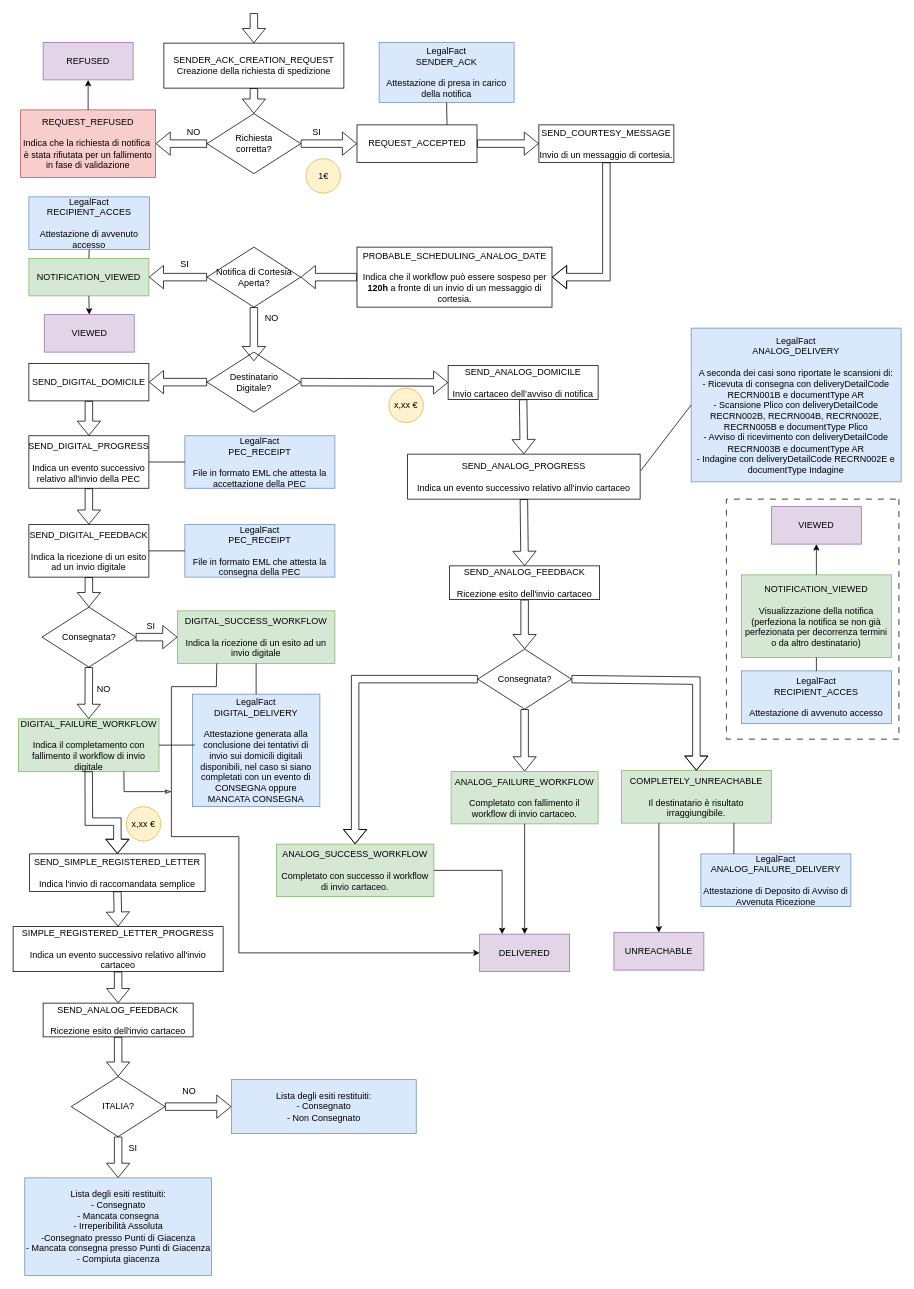
marcogarbujoabaco/drawio keeps this draw.io diagram as page "Spedizione" (5 of 5) of Easy Notification.drawio. Above is the earlier version. Source tidied: cells renumbered, new cells numbered last; positions are measured from the earlier drawing's top-left corner, leaving out a move shared by most shapes. Both pictures are drawn from the tidied source at 75%, with x=0, y=0 at pixel (13, 13).
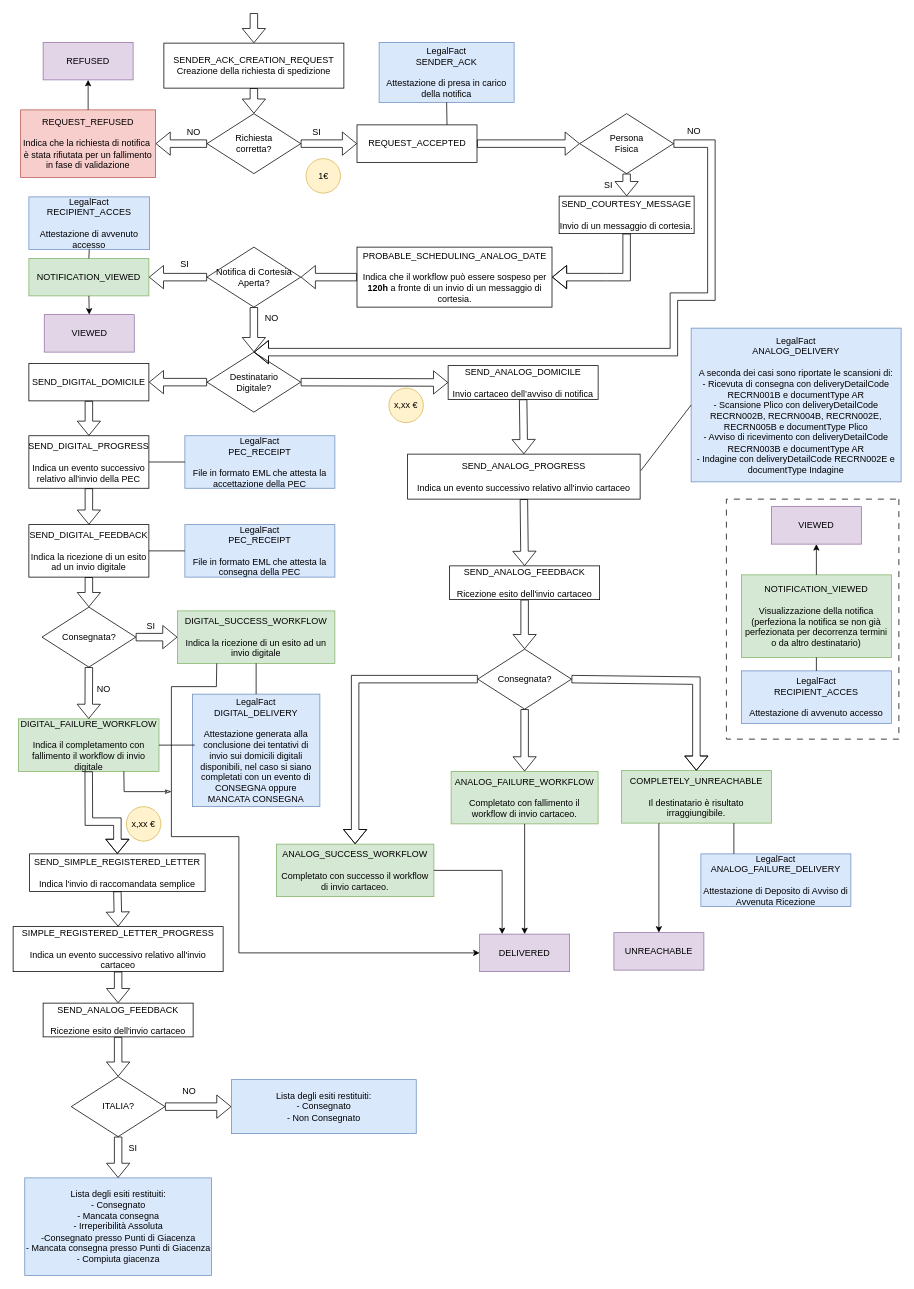
The same diagram, later.

Unchanged cells that the change refers to:
```xml
<mxCell id="6" value="REQUEST_ACCEPTED" style="rounded=0;whiteSpace=wrap;html=1;" parent="1" vertex="1">
  <mxGeometry x="458.5" y="149" width="160" height="50" as="geometry" />
</mxCell>
<mxCell id="8" value="Destinatario&lt;div&gt;Digitale?&lt;/div&gt;" style="rhombus;whiteSpace=wrap;html=1;" parent="1" vertex="1">
  <mxGeometry x="258.5" y="452" width="125" height="80" as="geometry" />
</mxCell>
<mxCell id="31" value="PROBABLE_SCHEDULING_ANALOG_DATE&lt;div&gt;&lt;br&gt;&lt;/div&gt;&lt;div&gt;Indica che il workflow può essere sospeso per &lt;b&gt;120h &lt;/b&gt;a fronte di un invio di un messaggio di cortesia.&lt;/div&gt;" style="rounded=0;whiteSpace=wrap;html=1;" parent="1" vertex="1">
  <mxGeometry x="458.5" y="312" width="260" height="80" as="geometry" />
</mxCell>
<mxCell id="42" value="Notifica di Cortesia&lt;div&gt;Aperta?&lt;/div&gt;" style="rhombus;whiteSpace=wrap;html=1;" parent="1" vertex="1">
  <mxGeometry x="258.5" y="312" width="125" height="80" as="geometry" />
</mxCell>
```

What changed in the source:
```diff
@@
     <mxCell id="30" value="SEND_COURTESY_MESSAGE&lt;div&gt;&lt;br&gt;&lt;/div&gt;&lt;div&gt;Invio di un messaggio di cortesia.&lt;/div&gt;" style="rounded=0;whiteSpace=wrap;html=1;" parent="1" vertex="1">
-      <mxGeometry x="701" y="149" width="180" height="50" as="geometry" />
+      <mxGeometry x="728" y="244" width="180" height="50" as="geometry" />
     </mxCell>
@@
-    <mxCell id="39" style="shape=flexArrow;endArrow=classic;html=1;rounded=0;entryX=0;entryY=0.5;entryDx=0;entryDy=0;" parent="1" edge="1" source="6" target="30">
+    <mxCell id="39" style="shape=flexArrow;endArrow=classic;html=1;rounded=0;entryX=0;entryY=0.5;entryDx=0;entryDy=0;" parent="1" edge="1" source="6" target="101">
       <mxGeometry relative="1" as="geometry" />
     </mxCell>
     <mxCell id="40" style="shape=flexArrow;endArrow=classic;html=1;rounded=0;entryX=1;entryY=0.5;entryDx=0;entryDy=0;exitX=0.5;exitY=1;exitDx=0;exitDy=0;" parent="1" edge="1" source="30" target="31">
       <mxGeometry relative="1" as="geometry">
         <Array as="points">
+          <mxPoint x="818" y="352" />
           <mxPoint x="791" y="352" />
         </Array>
       </mxGeometry>
     </mxCell>
@@
-    <mxCell id="48" style="shape=flexArrow;endArrow=classic;html=1;rounded=0;entryX=0.5;entryY=0;entryDx=0;entryDy=0;exitX=0.5;exitY=1;exitDx=0;exitDy=0;" parent="1" edge="1" source="42">
-      <mxGeometry relative="1" as="geometry">
-        <mxPoint x="321" y="464" as="targetPoint" />
-      </mxGeometry>
+    <mxCell id="48" style="shape=flexArrow;endArrow=classic;html=1;rounded=0;exitX=0.5;exitY=1;exitDx=0;exitDy=0;entryX=0.5;entryY=0;entryDx=0;entryDy=0;" parent="1" edge="1" source="42" target="8">
+      <mxGeometry relative="1" as="geometry" />
     </mxCell>
@@
+    <mxCell id="101" value="Persona&lt;div&gt;Fisica&lt;/div&gt;" style="rhombus;whiteSpace=wrap;html=1;" parent="1" vertex="1">
+      <mxGeometry x="755.5" y="134" width="125" height="80" as="geometry" />
+    </mxCell>
+    <mxCell id="102" style="shape=flexArrow;endArrow=classic;html=1;rounded=0;exitX=0.5;exitY=1;exitDx=0;exitDy=0;entryX=0.5;entryY=0;entryDx=0;entryDy=0;" parent="1" edge="1" source="101" target="30">
+      <mxGeometry relative="1" as="geometry" />
+    </mxCell>
+    <mxCell id="103" value="SI" style="text;html=1;align=center;verticalAlign=middle;whiteSpace=wrap;rounded=0;" parent="1" vertex="1">
+      <mxGeometry x="763.5" y="214" width="60" height="30" as="geometry" />
+    </mxCell>
+    <mxCell id="104" style="shape=flexArrow;endArrow=classic;html=1;rounded=0;entryX=0.5;entryY=0;entryDx=0;entryDy=0;exitX=1;exitY=0.5;exitDx=0;exitDy=0;" parent="1" edge="1" source="101" target="8">
+      <mxGeometry relative="1" as="geometry">
+        <Array as="points">
+          <mxPoint x="931" y="174" />
+          <mxPoint x="931" y="378" />
+          <mxPoint x="881" y="378" />
+          <mxPoint x="881" y="452" />
+        </Array>
+      </mxGeometry>
+    </mxCell>
+    <mxCell id="105" value="NO" style="text;html=1;align=center;verticalAlign=middle;whiteSpace=wrap;rounded=0;" parent="1" vertex="1">
+      <mxGeometry x="877.5" y="142" width="60" height="30" as="geometry" />
+    </mxCell>
```
